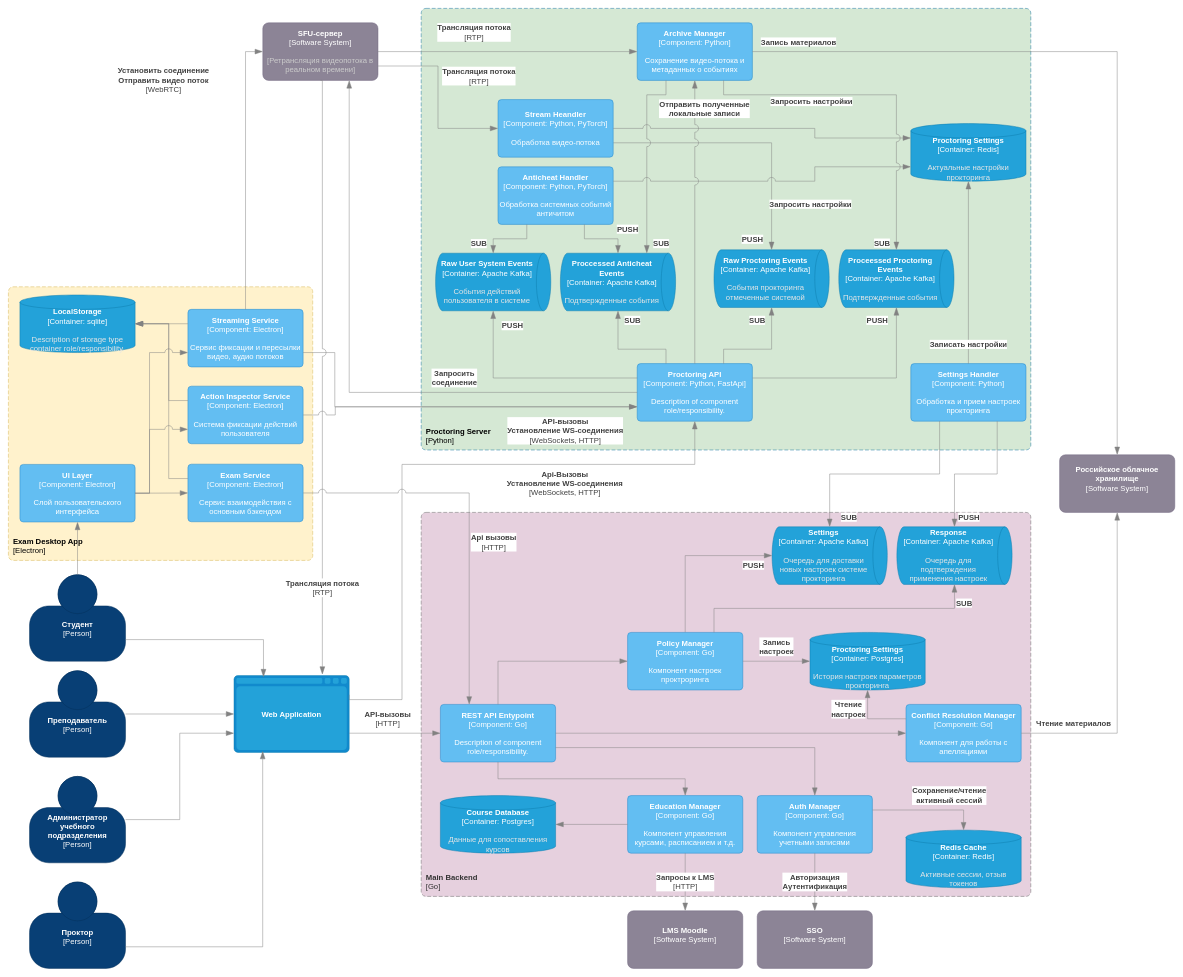
Earlier version of the draw.io diagram src/drawio/c4-component.drawio (Tulitanir/se-sstu-2026). Source tidied: cells renumbered, new cells numbered last; positions are measured from the earlier drawing's top-left corner, leaving out a move shared by most shapes. Both pictures are drawn from the tidied source at 48%, with x=0, y=0 at pixel (8, 8).
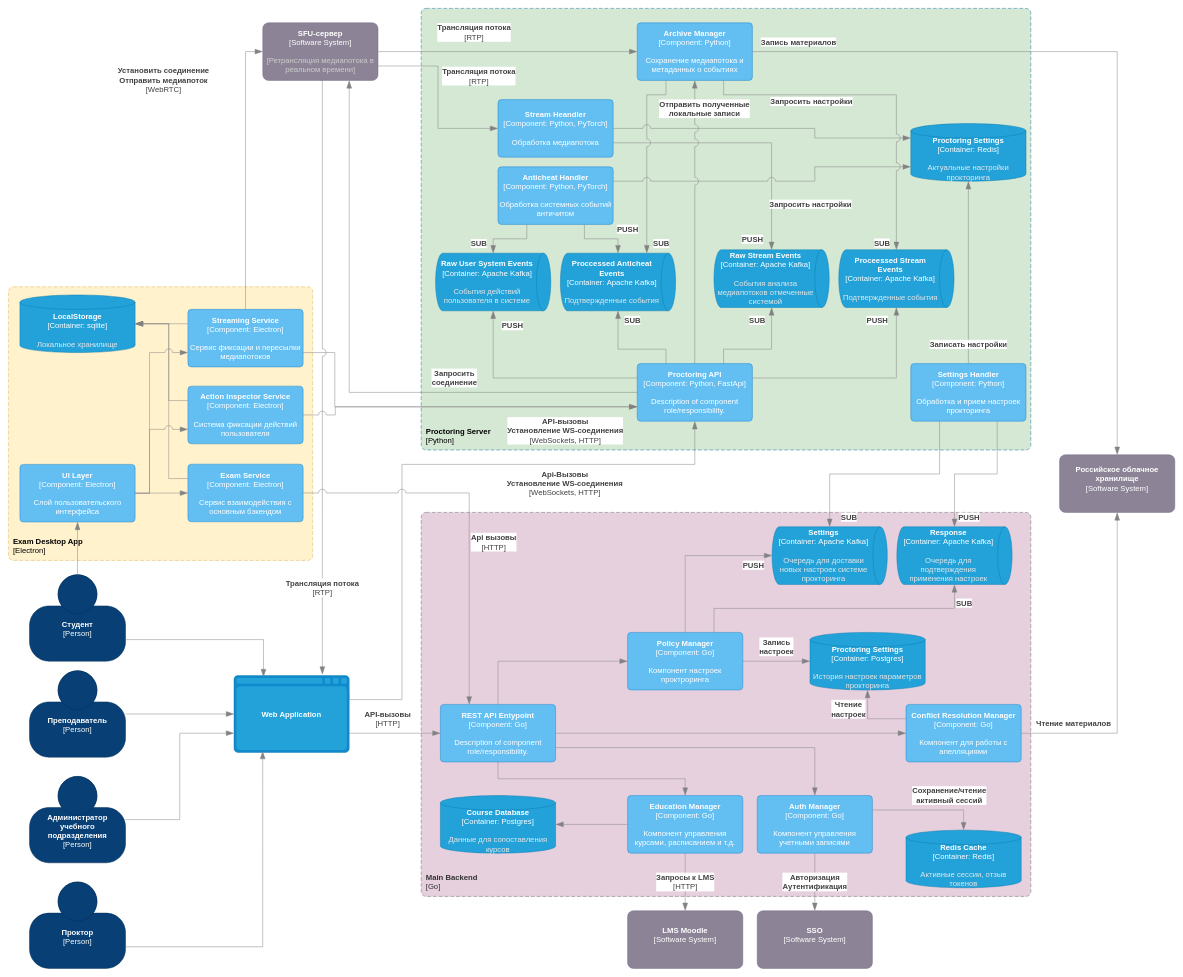
Above is the later version.

Diff of the diagram source:
```diff
@@
-    <object id="8" label="&lt;font&gt;&lt;b&gt;%c4Name%&lt;/b&gt;&lt;/font&gt;&lt;div&gt;[%c4Type%:&amp;nbsp;%c4Technology%]&lt;/div&gt;&lt;br&gt;&lt;div&gt;&lt;font&gt;&lt;font color=&quot;#E6E6E6&quot;&gt;%c4Description%&lt;/font&gt;&lt;/font&gt;&lt;/div&gt;" c4Description="События прокторинга отмеченные системой" c4Name="Raw Proctoring Events" c4Technology="Apache Kafka" c4Type="Container" placeholders="1">
+    <object id="8" label="&lt;font&gt;&lt;b&gt;%c4Name%&lt;/b&gt;&lt;/font&gt;&lt;div&gt;[%c4Type%:&amp;nbsp;%c4Technology%]&lt;/div&gt;&lt;br&gt;&lt;div&gt;&lt;font&gt;&lt;font color=&quot;#E6E6E6&quot;&gt;%c4Description%&lt;/font&gt;&lt;/font&gt;&lt;/div&gt;" c4Description="События анализа медиапотоков отмеченные системой" c4Name="Raw Stream Events" c4Technology="Apache Kafka" c4Type="Container" placeholders="1">
       <mxCell style="shape=cylinder3;size=15;direction=south;whiteSpace=wrap;html=1;boundedLbl=1;rounded=0;labelBackgroundColor=none;fillColor=#23A2D9;fontSize=16;fontColor=#ffffff;align=center;strokeColor=#0E7DAD;points=[[0.5,0,0],[1,0.25,0],[1,0.5,0],[1,0.75,0],[0.5,1,0],[0,0.75,0],[0,0.5,0],[0,0.25,0]];" parent="1" vertex="1">
         <mxGeometry x="1470" y="503" width="240" height="120" as="geometry" />
       </mxCell>
     </object>
@@
-    <object id="10" label="&lt;font&gt;&lt;b&gt;%c4Name%&lt;/b&gt;&lt;/font&gt;&lt;div&gt;[%c4Type%]&lt;/div&gt;&lt;br&gt;&lt;div&gt;&lt;font&gt;&lt;font color=&quot;#cccccc&quot;&gt;%c4Description%&lt;/font&gt;&lt;/font&gt;&lt;/div&gt;" c4Description="[Ретрансляция видеопотока в реальном времени]" c4Name="SFU-сервер" c4Type="Software System" placeholders="1">
+    <object id="10" label="&lt;font&gt;&lt;b&gt;%c4Name%&lt;/b&gt;&lt;/font&gt;&lt;div&gt;[%c4Type%]&lt;/div&gt;&lt;br&gt;&lt;div&gt;&lt;font&gt;&lt;font color=&quot;#cccccc&quot;&gt;%c4Description%&lt;/font&gt;&lt;/font&gt;&lt;/div&gt;" c4Description="[Ретрансляция медиапотока в реальном времени]" c4Name="SFU-сервер" c4Type="Software System" placeholders="1">
       <mxCell style="rounded=1;whiteSpace=wrap;html=1;labelBackgroundColor=none;fillColor=#8C8496;fontColor=#ffffff;align=center;arcSize=10;strokeColor=#736782;points=[[0.25,0,0],[0.5,0,0],[0.75,0,0],[1,0.25,0],[1,0.5,0],[1,0.75,0],[0.75,1,0],[0.5,1,0],[0.25,1,0],[0,0.75,0],[0,0.5,0],[0,0.25,0]];fontSize=16;" parent="1" vertex="1">
         <mxGeometry x="530" y="30" width="240" height="120" as="geometry" />
       </mxCell>
     </object>
@@
-    <object id="14" label="&lt;font&gt;&lt;b&gt;%c4Name%&lt;/b&gt;&lt;/font&gt;&lt;div&gt;[%c4Type%: %c4Technology%]&lt;/div&gt;&lt;br&gt;&lt;div&gt;&lt;font&gt;%c4Description%&lt;/font&gt;&lt;/div&gt;" c4Description="Сервис фиксации и пересылки видео, аудио  потоков" c4Name="Streaming Service" c4Technology="Electron" c4Type="Component" placeholders="1">
+    <object id="14" label="&lt;font&gt;&lt;b&gt;%c4Name%&lt;/b&gt;&lt;/font&gt;&lt;div&gt;[%c4Type%: %c4Technology%]&lt;/div&gt;&lt;br&gt;&lt;div&gt;&lt;font&gt;%c4Description%&lt;/font&gt;&lt;/div&gt;" c4Description="Сервис фиксации и пересылки медиапотоков" c4Name="Streaming Service" c4Technology="Electron" c4Type="Component" placeholders="1">
       <mxCell style="rounded=1;whiteSpace=wrap;html=1;labelBackgroundColor=none;fillColor=#63BEF2;fontColor=#ffffff;align=center;arcSize=6;strokeColor=#2086C9;points=[[0.25,0,0],[0.5,0,0],[0.75,0,0],[1,0.25,0],[1,0.5,0],[1,0.75,0],[0.75,1,0],[0.5,1,0],[0.25,1,0],[0,0.75,0],[0,0.5,0],[0,0.25,0]];fontSize=16;" parent="1" vertex="1">
         <mxGeometry x="374" y="627" width="240" height="120" as="geometry" />
       </mxCell>
     </object>
@@
-    <object id="19" label="&lt;div style=&quot;text-align: left&quot;&gt;&lt;div style=&quot;text-align: center&quot;&gt;&lt;b&gt;%c4Description%&lt;/b&gt;&lt;/div&gt;&lt;div style=&quot;text-align: center&quot;&gt;[%c4Technology%]&lt;/div&gt;&lt;/div&gt;" c4Description="Установить соединение&#10;Отправить видео поток" c4Technology="WebRTC" placeholders="1">
+    <object id="19" label="&lt;div style=&quot;text-align: left&quot;&gt;&lt;div style=&quot;text-align: center&quot;&gt;&lt;b&gt;%c4Description%&lt;/b&gt;&lt;/div&gt;&lt;div style=&quot;text-align: center&quot;&gt;[%c4Technology%]&lt;/div&gt;&lt;/div&gt;" c4Description="Установить соединение&#10;Отправить медиапоток" c4Technology="WebRTC" placeholders="1">
       <mxCell style="endArrow=blockThin;html=1;fontSize=16;fontColor=#404040;strokeWidth=1;endFill=1;strokeColor=#828282;elbow=vertical;endSize=14;startSize=14;jumpStyle=arc;jumpSize=16;rounded=0;edgeStyle=orthogonalEdgeStyle;exitX=0.5;exitY=0;exitDx=0;exitDy=0;exitPerimeter=0;entryX=0;entryY=0.5;entryDx=0;entryDy=0;entryPerimeter=0;" parent="1" edge="1" source="14" target="10">
         <mxGeometry x="0.87" y="88" relative="1" as="geometry">
           <Array as="points">
             <mxPoint x="494" y="90" />
           </Array>
           <mxPoint x="-83" y="58" as="offset" />
         </mxGeometry>
       </mxCell>
     </object>
-    <object id="20" label="&lt;font&gt;&lt;b&gt;%c4Name%&lt;/b&gt;&lt;/font&gt;&lt;div&gt;[%c4Type%: %c4Technology%]&lt;/div&gt;&lt;br&gt;&lt;div&gt;&lt;font&gt;%c4Description%&lt;/font&gt;&lt;/div&gt;" c4Description="Сохранение видео-потока и метаданных о событиях" c4Name="Archive Manager" c4Technology="Python" c4Type="Component" placeholders="1">
+    <object id="20" label="&lt;font&gt;&lt;b&gt;%c4Name%&lt;/b&gt;&lt;/font&gt;&lt;div&gt;[%c4Type%: %c4Technology%]&lt;/div&gt;&lt;br&gt;&lt;div&gt;&lt;font&gt;%c4Description%&lt;/font&gt;&lt;/div&gt;" c4Description="Сохранение медиапотока и метаданных о событиях" c4Name="Archive Manager" c4Technology="Python" c4Type="Component" placeholders="1">
       <mxCell style="rounded=1;whiteSpace=wrap;html=1;labelBackgroundColor=none;fillColor=#63BEF2;fontColor=#ffffff;align=center;arcSize=6;strokeColor=#2086C9;points=[[0.25,0,0],[0.5,0,0],[0.75,0,0],[1,0.25,0],[1,0.5,0],[1,0.75,0],[0.75,1,0],[0.5,1,0],[0.25,1,0],[0,0.75,0],[0,0.5,0],[0,0.25,0]];fontSize=16;" parent="1" vertex="1">
         <mxGeometry x="1310" y="30" width="240" height="120" as="geometry" />
       </mxCell>
     </object>
@@
-    <object id="30" label="&lt;font&gt;&lt;b&gt;%c4Name%&lt;/b&gt;&lt;/font&gt;&lt;div&gt;[%c4Type%: %c4Technology%]&lt;/div&gt;&lt;br&gt;&lt;div&gt;&lt;font&gt;%c4Description%&lt;/font&gt;&lt;/div&gt;" c4Description="Обработка видео-потока" c4Name="Stream Heandler" c4Technology="Python, PyTorch" c4Type="Component" placeholders="1">
+    <object id="30" label="&lt;font&gt;&lt;b&gt;%c4Name%&lt;/b&gt;&lt;/font&gt;&lt;div&gt;[%c4Type%: %c4Technology%]&lt;/div&gt;&lt;br&gt;&lt;div&gt;&lt;font&gt;%c4Description%&lt;/font&gt;&lt;/div&gt;" c4Description="Обработка медиапотока" c4Name="Stream Heandler" c4Technology="Python, PyTorch" c4Type="Component" placeholders="1">
       <mxCell style="rounded=1;whiteSpace=wrap;html=1;labelBackgroundColor=none;fillColor=#63BEF2;fontColor=#ffffff;align=center;arcSize=6;strokeColor=#2086C9;points=[[0.25,0,0],[0.5,0,0],[0.75,0,0],[1,0.25,0],[1,0.5,0],[1,0.75,0],[0.75,1,0],[0.5,1,0],[0.25,1,0],[0,0.75,0],[0,0.5,0],[0,0.25,0]];fontSize=16;" parent="1" vertex="1">
         <mxGeometry x="1020" y="190" width="240" height="120" as="geometry" />
       </mxCell>
     </object>
@@
-    <object id="52" label="&lt;font&gt;&lt;b&gt;%c4Name%&lt;/b&gt;&lt;/font&gt;&lt;div&gt;[%c4Type%:&amp;nbsp;%c4Technology%]&lt;/div&gt;&lt;br&gt;&lt;div&gt;&lt;font&gt;&lt;font color=&quot;#E6E6E6&quot;&gt;%c4Description%&lt;/font&gt;&lt;/font&gt;&lt;/div&gt;" c4Description="Подтвержденные события" c4Name="Proceessed Proctoring Events" c4Technology="Apache Kafka" c4Type="Container" placeholders="1">
+    <object id="52" label="&lt;font&gt;&lt;b&gt;%c4Name%&lt;/b&gt;&lt;/font&gt;&lt;div&gt;[%c4Type%:&amp;nbsp;%c4Technology%]&lt;/div&gt;&lt;br&gt;&lt;div&gt;&lt;font&gt;&lt;font color=&quot;#E6E6E6&quot;&gt;%c4Description%&lt;/font&gt;&lt;/font&gt;&lt;/div&gt;" c4Description="Подтвержденные события" c4Name="Proceessed Stream Events" c4Technology="Apache Kafka" c4Type="Container" placeholders="1">
       <mxCell style="shape=cylinder3;size=15;direction=south;whiteSpace=wrap;html=1;boundedLbl=1;rounded=0;labelBackgroundColor=none;fillColor=#23A2D9;fontSize=16;fontColor=#ffffff;align=center;strokeColor=#0E7DAD;points=[[0.5,0,0],[1,0.25,0],[1,0.5,0],[1,0.75,0],[0.5,1,0],[0,0.75,0],[0,0.5,0],[0,0.25,0]];" parent="1" vertex="1">
         <mxGeometry x="1730" y="503" width="240" height="120" as="geometry" />
       </mxCell>
     </object>
@@
-    <object id="60" label="&lt;font&gt;&lt;b&gt;%c4Name%&lt;/b&gt;&lt;/font&gt;&lt;div&gt;[%c4Type%:&amp;nbsp;%c4Technology%]&lt;/div&gt;&lt;br&gt;&lt;div&gt;&lt;font&gt;&lt;font color=&quot;#E6E6E6&quot;&gt;%c4Description%&lt;/font&gt;&lt;/font&gt;&lt;/div&gt;" c4Description="Description of storage type container role/responsibility." c4Name="LocalStorage" c4Technology="sqlite" c4Type="Container" placeholders="1">
+    <object id="60" label="&lt;font&gt;&lt;b&gt;%c4Name%&lt;/b&gt;&lt;/font&gt;&lt;div&gt;[%c4Type%:&amp;nbsp;%c4Technology%]&lt;/div&gt;&lt;br&gt;&lt;div&gt;&lt;font&gt;&lt;font color=&quot;#E6E6E6&quot;&gt;%c4Description%&lt;/font&gt;&lt;/font&gt;&lt;/div&gt;" c4Description="Локальное хранилище" c4Name="LocalStorage" c4Technology="sqlite" c4Type="Container" placeholders="1">
       <mxCell style="shape=cylinder3;size=15;whiteSpace=wrap;html=1;boundedLbl=1;rounded=0;labelBackgroundColor=none;fillColor=#23A2D9;fontSize=16;fontColor=#ffffff;align=center;strokeColor=#0E7DAD;points=[[0.5,0,0],[1,0.25,0],[1,0.5,0],[1,0.75,0],[0.5,1,0],[0,0.75,0],[0,0.5,0],[0,0.25,0]];" parent="1" vertex="1">
         <mxGeometry x="24" y="597" width="240" height="120" as="geometry" />
       </mxCell>
     </object>
```
